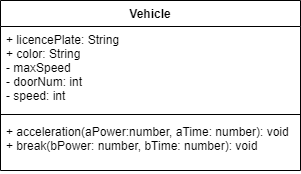
Above: Drawio/ClassDiagram copy.png in JacksonNaufal/ics4u-unit2-05-typescript (draw.io), before the change. Source tidied: cells renumbered, new cells last; positions are measured from the earlier drawing's top-left corner, leaving out a move shared by most shapes. Source of this version:
```xml
<mxGraphModel>
  <root>
    <mxCell id="0" />
    <mxCell id="1" parent="0" />
    <mxCell id="2" value="Vehicle" style="swimlane;fontStyle=1;align=center;verticalAlign=top;horizontal=1;startSize=26;" parent="1" vertex="1">
      <mxGeometry width="300" height="170" as="geometry" />
    </mxCell>
    <mxCell id="3" value="+ licencePlate: String&#10;+ color: String&#10;- maxSpeed&#10;- doorNum: int&#10;- speed: int" style="text;strokeColor=none;fillColor=none;align=left;verticalAlign=top;spacingLeft=4;spacingRight=4;overflow=hidden;" parent="2" vertex="1">
      <mxGeometry y="26" width="300" height="84" as="geometry" />
    </mxCell>
    <mxCell id="4" style="line;strokeWidth=1;fillColor=none;align=left;verticalAlign=middle;spacingTop=-1;spacingLeft=3;spacingRight=3;labelPosition=right;" parent="2" vertex="1">
      <mxGeometry y="110" width="300" height="8" as="geometry" />
    </mxCell>
    <mxCell id="5" value="+ acceleration(aPower:number, aTime: number): void&#10;+ break(bPower: number, bTime: number): void" style="text;strokeColor=none;fillColor=none;align=left;verticalAlign=top;spacingLeft=4;spacingRight=4;overflow=hidden;" parent="2" vertex="1">
      <mxGeometry y="118" width="300" height="52" as="geometry" />
    </mxCell>
  </root>
</mxGraphModel>
```
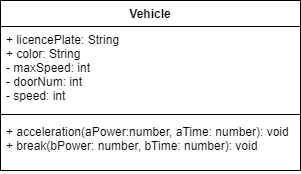
Later version of the same file.

The edit, as a diff of the source:
```diff
@@ -5,7 +5,7 @@
     <mxCell id="2" value="Vehicle" style="swimlane;fontStyle=1;align=center;verticalAlign=top;horizontal=1;startSize=26;" parent="1" vertex="1">
       <mxGeometry width="300" height="170" as="geometry" />
     </mxCell>
-    <mxCell id="3" value="+ licencePlate: String&#10;+ color: String&#10;- maxSpeed&#10;- doorNum: int&#10;- speed: int" style="text;strokeColor=none;fillColor=none;align=left;verticalAlign=top;spacingLeft=4;spacingRight=4;overflow=hidden;" parent="2" vertex="1">
+    <mxCell id="3" value="+ licencePlate: String&#10;+ color: String&#10;- maxSpeed: int&#10;- doorNum: int&#10;- speed: int" style="text;strokeColor=none;fillColor=none;align=left;verticalAlign=top;spacingLeft=4;spacingRight=4;overflow=hidden;" parent="2" vertex="1">
       <mxGeometry y="26" width="300" height="84" as="geometry" />
     </mxCell>
     <mxCell id="4" style="line;strokeWidth=1;fillColor=none;align=left;verticalAlign=middle;spacingTop=-1;spacingLeft=3;spacingRight=3;labelPosition=right;" parent="2" vertex="1">
```
